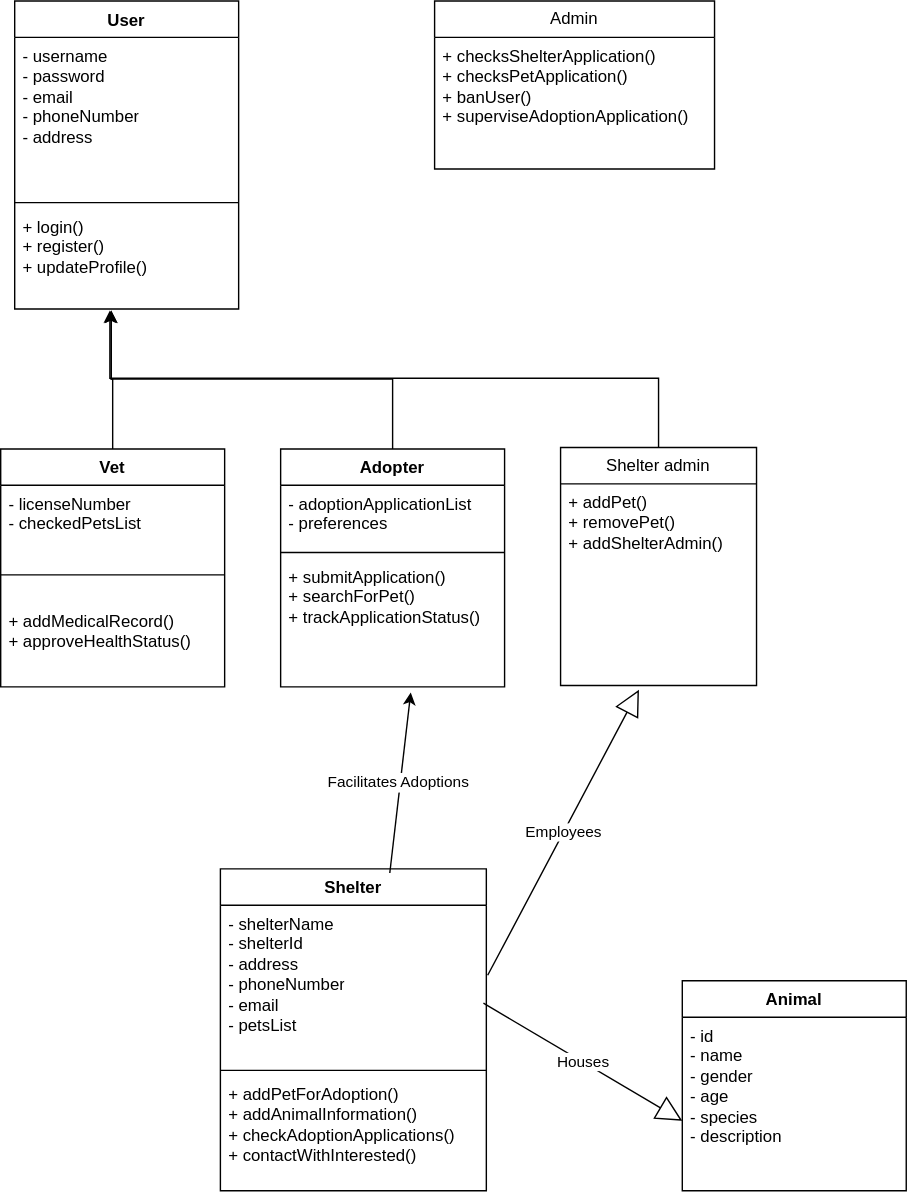
The draw.io diagram ClassDiagram.svg in Thomaskald/DistributedSystems, before a commit. Source tidied: cells renumbered, new cells last; positions are measured from the earlier drawing's top-left corner, leaving out a move shared by most shapes.
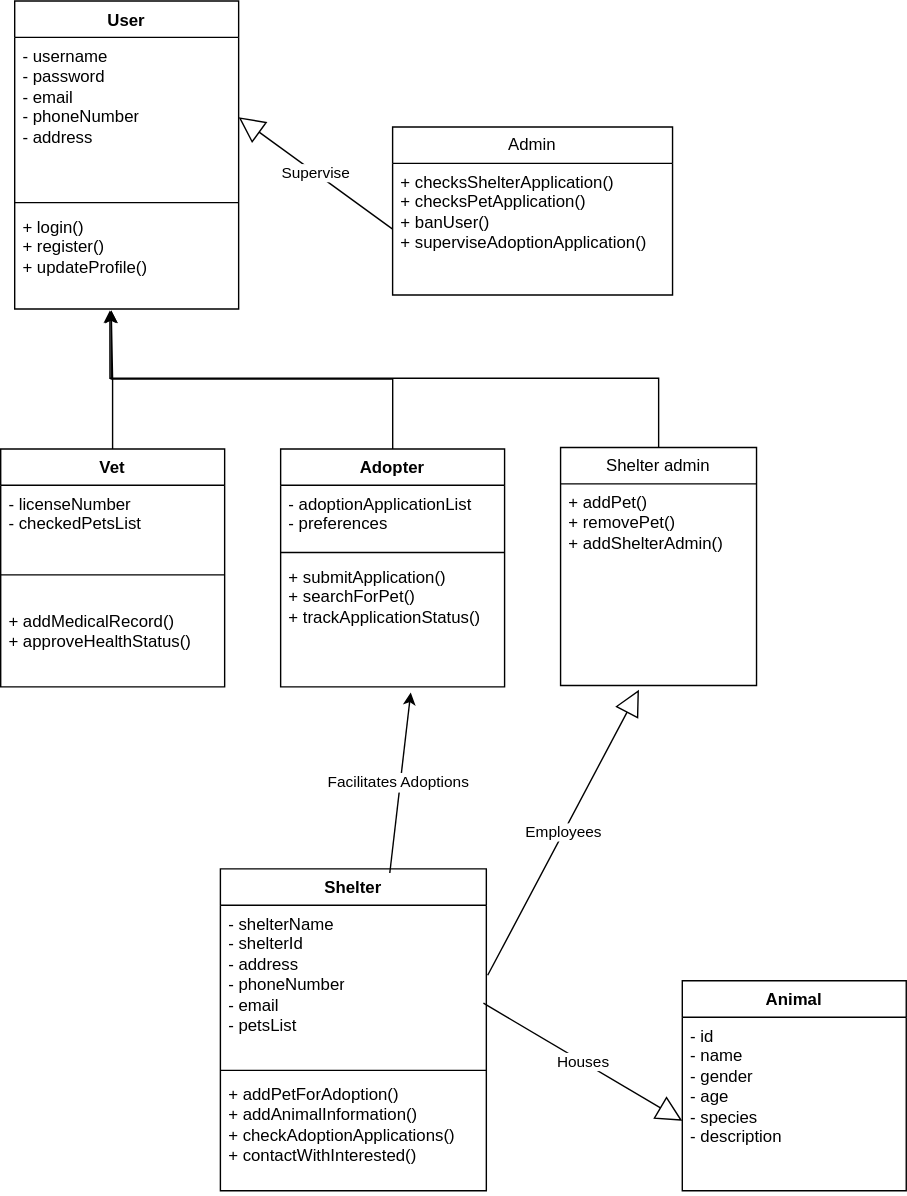
Above is the later version.

Change to the diagram source:
```diff
@@ -15,7 +15,7 @@
       <mxGeometry y="148" width="160" height="72" as="geometry" />
     </mxCell>
     <mxCell id="6" value="Admin" style="swimlane;fontStyle=0;horizontal=1;startSize=26;fillColor=none;whiteSpace=wrap;html=1;" parent="1" vertex="1">
-      <mxGeometry x="310" width="200" height="120" as="geometry" />
+      <mxGeometry x="280" y="90" width="200" height="120" as="geometry" />
     </mxCell>
     <mxCell id="7" value="+ checksShelterApplication()&lt;div&gt;+ checksPetApplication()&lt;/div&gt;&lt;div&gt;+ banUser()&lt;/div&gt;&lt;div&gt;+ superviseAdoptionApplication()&amp;nbsp;&lt;/div&gt;" style="text;strokeColor=none;fillColor=none;align=left;verticalAlign=top;spacingLeft=4;spacingRight=4;overflow=hidden;points=[[0,0.5],[1,0.5]];portConstraint=eastwest;whiteSpace=wrap;html=1;" parent="6" vertex="1">
       <mxGeometry y="26" width="200" height="94" as="geometry" />
@@ -92,5 +92,8 @@
     <mxCell id="31" value="Employees" style="endArrow=block;endSize=16;endFill=0;html=1;rounded=0;exitX=1.005;exitY=0.439;exitDx=0;exitDy=0;exitPerimeter=0;entryX=0.4;entryY=1.021;entryDx=0;entryDy=0;entryPerimeter=0;" parent="1" edge="1" source="19" target="29">
       <mxGeometry relative="1" as="geometry" />
     </mxCell>
+    <mxCell id="32" value="Supervise" style="endArrow=block;endSize=16;endFill=0;html=1;rounded=0;exitX=0;exitY=0.5;exitDx=0;exitDy=0;entryX=1;entryY=0.5;entryDx=0;entryDy=0;" parent="1" edge="1" source="7" target="3">
+      <mxGeometry relative="1" as="geometry" />
+    </mxCell>
   </root>
 </mxGraphModel>
```
